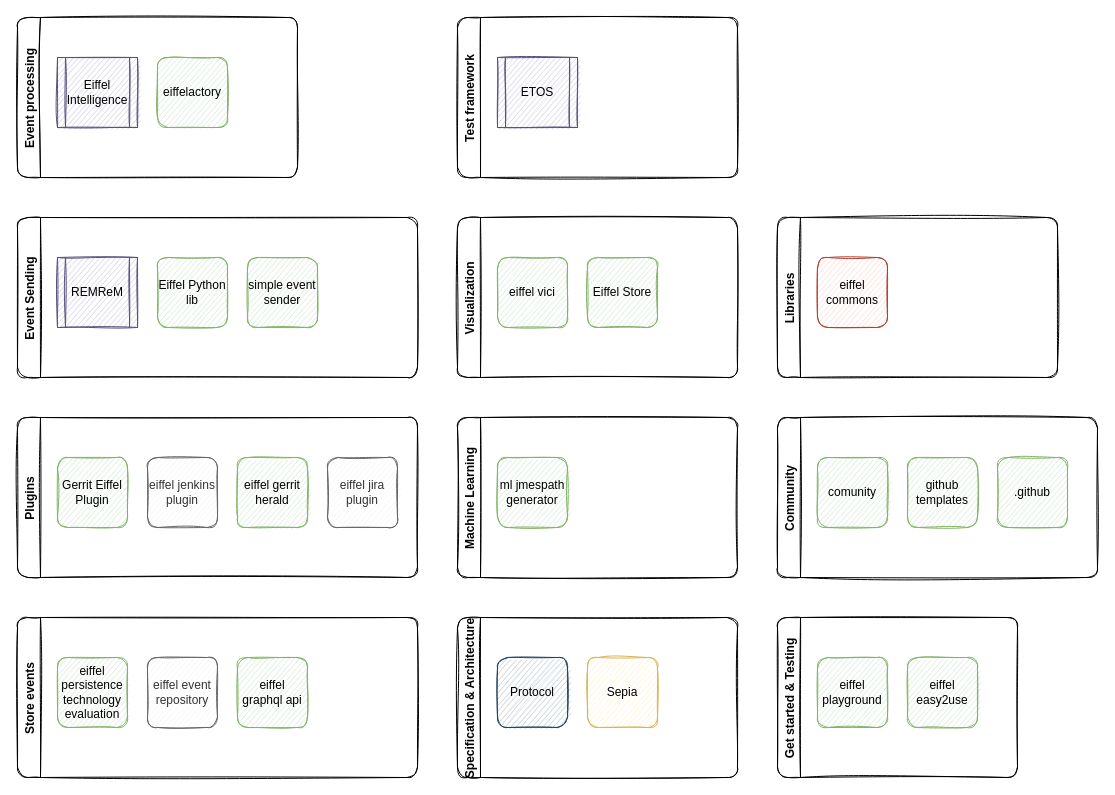
Above: landscape/landscape.drawio in eiffel-community/eiffel-sepia (draw.io), before the change. Source tidied: cells renumbered, new cells numbered last; positions are measured from the earlier drawing's top-left corner, leaving out a move shared by most shapes. Both pictures are drawn from the tidied source at 100%, with x=0, y=0 at pixel (17, 17).
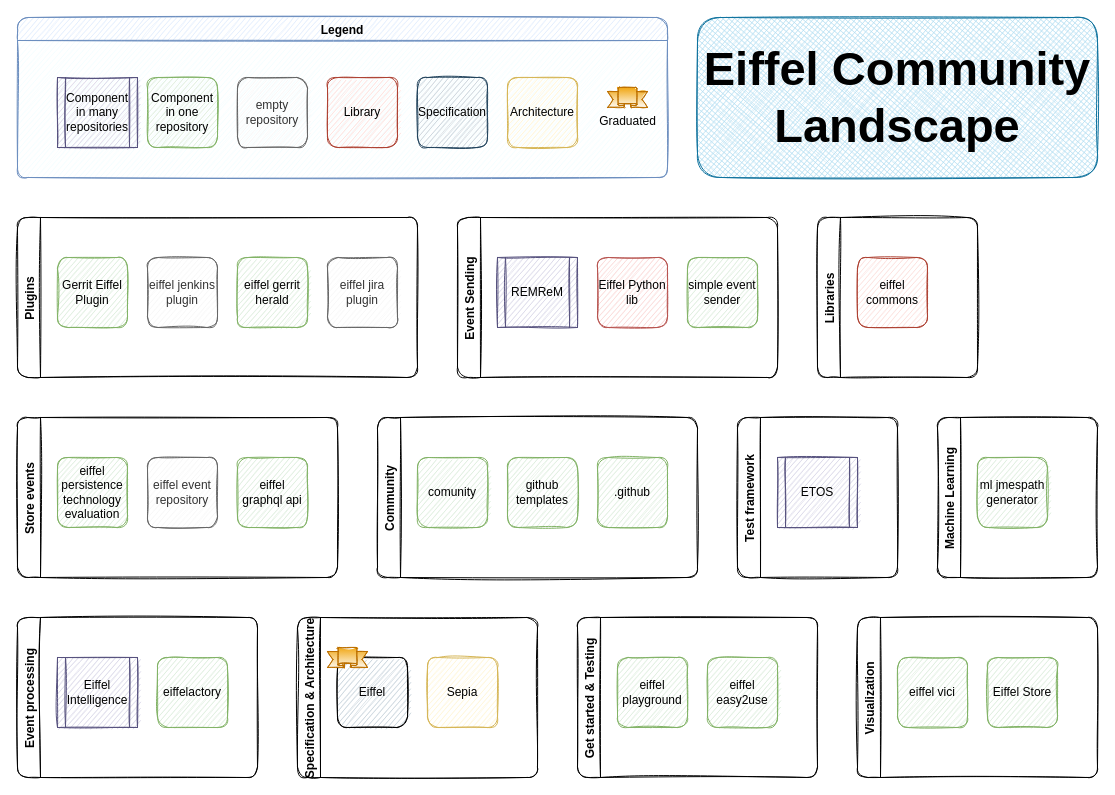
Above is the later version.

Commit message (it also covers changes not shown here):
Add legend and title

Change to the diagram source:
```diff
@@
     <mxCell id="2" value="Sepia" style="whiteSpace=wrap;html=1;sketch=1;rounded=1;fillColor=#fff2cc;strokeColor=#d6b656;" parent="1" vertex="1">
-      <mxGeometry x="570" y="640" width="70" height="70" as="geometry" />
+      <mxGeometry x="410" y="640" width="70" height="70" as="geometry" />
     </mxCell>
     <mxCell id="3" value="Store events" style="swimlane;horizontal=0;rounded=1;sketch=1;" parent="1" vertex="1">
-      <mxGeometry y="600" width="400" height="160" as="geometry" />
+      <mxGeometry y="400" width="320" height="160" as="geometry" />
     </mxCell>
@@
     <mxCell id="7" value="Plugins" style="swimlane;horizontal=0;rounded=1;sketch=1;" parent="1" vertex="1">
-      <mxGeometry y="400" width="400" height="160" as="geometry" />
+      <mxGeometry y="200" width="400" height="160" as="geometry" />
     </mxCell>
@@
     <mxCell id="12" value="Specification &amp; Architecture" style="swimlane;horizontal=0;rounded=1;sketch=1;" parent="1" vertex="1">
-      <mxGeometry x="440" y="600" width="280" height="160" as="geometry" />
+      <mxGeometry x="280" y="600" width="240" height="160" as="geometry" />
     </mxCell>
-    <mxCell id="13" value="&lt;div&gt;Protocol&lt;/div&gt;" style="whiteSpace=wrap;html=1;sketch=1;rounded=1;fillColor=#bac8d3;strokeColor=#23445d;" parent="12" vertex="1">
+    <mxCell id="13" value="&lt;div&gt;Eiffel&lt;/div&gt;" style="whiteSpace=wrap;html=1;sketch=1;rounded=1;fillColor=#bac8d3;shadow=0;glass=0;" parent="12" vertex="1">
       <mxGeometry x="40" y="40" width="70" height="70" as="geometry" />
     </mxCell>
+    <mxCell id="37" style="verticalLabelPosition=bottom;verticalAlign=top;html=1;shape=mxgraph.basic.banner;rounded=1;shadow=0;glass=0;sketch=1;fillColor=#f0a30a;strokeColor=#BD7000;fontColor=#000000;gradientColor=#ffffff;" parent="12" vertex="1">
+      <mxGeometry x="30" y="30" width="40" height="20" as="geometry" />
+    </mxCell>
     <mxCell id="14" value="Event Sending" style="swimlane;horizontal=0;rounded=1;sketch=1;glass=0;shadow=0;" parent="1" vertex="1">
-      <mxGeometry y="200" width="400" height="160" as="geometry" />
+      <mxGeometry x="440" y="200" width="320" height="160" as="geometry" />
     </mxCell>
@@
-    <mxCell id="16" value="&lt;div&gt;Eiffel Python lib&lt;/div&gt;" style="whiteSpace=wrap;html=1;sketch=1;rounded=1;fillColor=#d5e8d4;strokeColor=#82b366;" parent="14" vertex="1">
+    <mxCell id="16" value="&lt;div&gt;Eiffel Python lib&lt;/div&gt;" style="whiteSpace=wrap;html=1;sketch=1;rounded=1;fillColor=#f8cecc;strokeColor=#b85450;" parent="14" vertex="1">
       <mxGeometry x="140" y="40" width="70" height="70" as="geometry" />
     </mxCell>
@@
     <mxCell id="18" value="Get started &amp; Testing" style="swimlane;horizontal=0;rounded=1;sketch=1;" parent="1" vertex="1">
-      <mxGeometry x="760" y="600" width="240" height="160" as="geometry" />
+      <mxGeometry x="560" y="600" width="240" height="160" as="geometry" />
     </mxCell>
@@
     <mxCell id="21" value="Machine Learning" style="swimlane;horizontal=0;rounded=1;sketch=1;" parent="1" vertex="1">
-      <mxGeometry x="440" y="400" width="280" height="160" as="geometry" />
+      <mxGeometry x="920" y="400" width="160" height="160" as="geometry" />
     </mxCell>
@@
     <mxCell id="23" value="Visualization" style="swimlane;horizontal=0;rounded=1;sketch=1;" parent="1" vertex="1">
-      <mxGeometry x="440" y="200" width="280" height="160" as="geometry" />
+      <mxGeometry x="840" y="600" width="240" height="160" as="geometry" />
     </mxCell>
@@
     <mxCell id="26" value="Event processing" style="swimlane;horizontal=0;rounded=1;sketch=1;" parent="1" vertex="1">
-      <mxGeometry width="280" height="160" as="geometry" />
+      <mxGeometry y="600" width="240" height="160" as="geometry" />
     </mxCell>
@@
     <mxCell id="29" value="Test framework" style="swimlane;horizontal=0;rounded=1;sketch=1;" parent="1" vertex="1">
-      <mxGeometry x="440" width="280" height="160" as="geometry" />
+      <mxGeometry x="720" y="400" width="160" height="160" as="geometry" />
     </mxCell>
@@
     <mxCell id="31" value="Community" style="swimlane;horizontal=0;rounded=1;sketch=1;" parent="1" vertex="1">
-      <mxGeometry x="760" y="400" width="320" height="160" as="geometry" />
+      <mxGeometry x="360" y="400" width="320" height="160" as="geometry" />
     </mxCell>
@@
     <mxCell id="35" value="Libraries" style="swimlane;horizontal=0;rounded=1;sketch=1;" parent="1" vertex="1">
-      <mxGeometry x="760" y="200" width="280" height="160" as="geometry" />
+      <mxGeometry x="800" y="200" width="160" height="160" as="geometry" />
     </mxCell>
@@
+    <mxCell id="38" value="Legend" style="swimlane;rounded=1;sketch=1;glass=0;shadow=0;fillColor=#dae8fc;strokeColor=#6c8ebf;swimlaneFillColor=#F0FCFF;" parent="1" vertex="1">
+      <mxGeometry width="650" height="160" as="geometry" />
+    </mxCell>
+    <mxCell id="39" value="Component in one repository" style="whiteSpace=wrap;html=1;sketch=1;rounded=1;fillColor=#d5e8d4;strokeColor=#82b366;" parent="38" vertex="1">
+      <mxGeometry x="130" y="60" width="70" height="70" as="geometry" />
+    </mxCell>
+    <mxCell id="40" value="Library" style="whiteSpace=wrap;html=1;sketch=1;rounded=1;fillColor=#fad9d5;strokeColor=#ae4132;" parent="38" vertex="1">
+      <mxGeometry x="310" y="60" width="70" height="70" as="geometry" />
+    </mxCell>
+    <mxCell id="41" value="empty repository" style="whiteSpace=wrap;html=1;sketch=1;rounded=1;fillColor=#f5f5f5;strokeColor=#666666;fontColor=#333333;" parent="38" vertex="1">
+      <mxGeometry x="220" y="60" width="70" height="70" as="geometry" />
+    </mxCell>
+    <mxCell id="42" value="Architecture" style="whiteSpace=wrap;html=1;sketch=1;rounded=1;fillColor=#fff2cc;strokeColor=#d6b656;" parent="38" vertex="1">
+      <mxGeometry x="490" y="60" width="70" height="70" as="geometry" />
+    </mxCell>
+    <mxCell id="43" value="&lt;div&gt;Specification&lt;/div&gt;" style="whiteSpace=wrap;html=1;sketch=1;rounded=1;fillColor=#bac8d3;strokeColor=#23445d;" parent="38" vertex="1">
+      <mxGeometry x="400" y="60" width="70" height="70" as="geometry" />
+    </mxCell>
+    <mxCell id="44" value="Graduated" style="verticalLabelPosition=bottom;verticalAlign=top;html=1;shape=mxgraph.basic.banner;rounded=1;shadow=0;glass=0;sketch=1;fillColor=#f0a30a;strokeColor=#BD7000;fontColor=#000000;gradientColor=#ffffff;" parent="38" vertex="1">
+      <mxGeometry x="590" y="70" width="40" height="20" as="geometry" />
+    </mxCell>
+    <mxCell id="45" value="&lt;div&gt;Component in many repositories&lt;/div&gt;" style="shape=process;whiteSpace=wrap;html=1;backgroundOutline=1;fontFamily=Helvetica;fontSize=12;align=center;strokeColor=#56517e;fillColor=#d0cee2;sketch=1;" parent="1" vertex="1">
+      <mxGeometry x="40" y="60" width="80" height="70" as="geometry" />
+    </mxCell>
+    <mxCell id="46" value="Eiffel Community Landscape" style="text;align=center;verticalAlign=middle;whiteSpace=wrap;rounded=1;shadow=0;glass=0;sketch=1;fontSize=47;fontStyle=1;labelBorderColor=none;fontFamily=Helvetica;labelBackgroundColor=none;fillStyle=cross-hatch;fillColor=#b1ddf0;strokeColor=#10739e;" parent="1" vertex="1">
+      <mxGeometry x="680" width="400" height="160" as="geometry" />
+    </mxCell>
```
